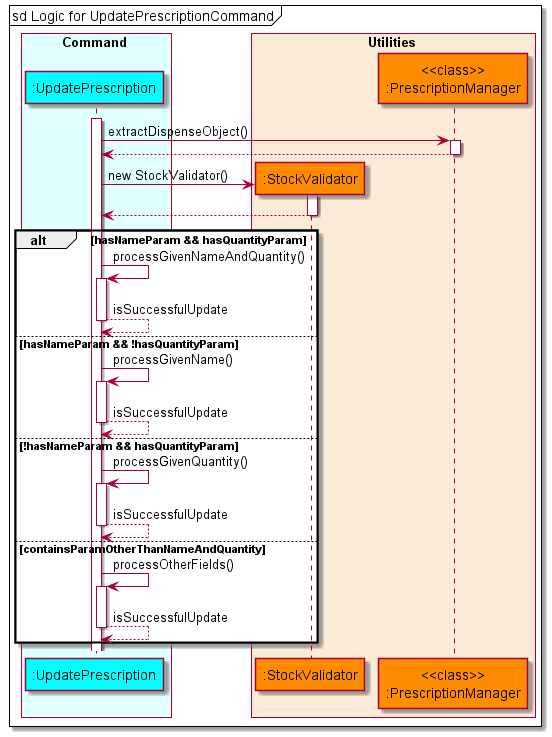
Before: docs/diagrams/diagram_images/UpdatePrescriptionSequenceDiagram.png, a diagram exported from PlantUML (nus-cs2113-AY2122S1/tp).
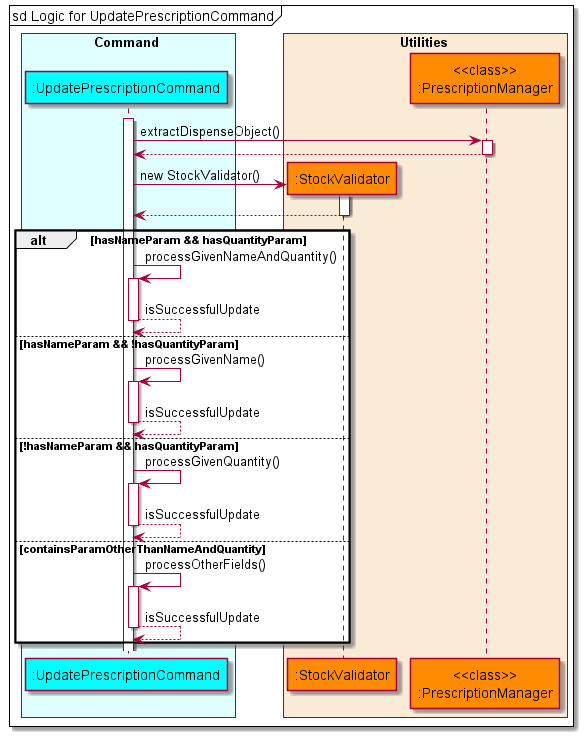
After the change.

Commit message:
Modify update commands sequence diagram naming

What changed in the source:
```diff
@@ -3,7 +3,7 @@
 !include style.puml
 
 box Command COLOR_COMMAND_BOX
-    participant ":UpdatePrescription" as updateprescription COLOR_COMMAND
+    participant ":UpdatePrescriptionCommand" as updateprescription COLOR_COMMAND
 end box
 
 box Utilities COLOR_UTILITIES_BOX
```
